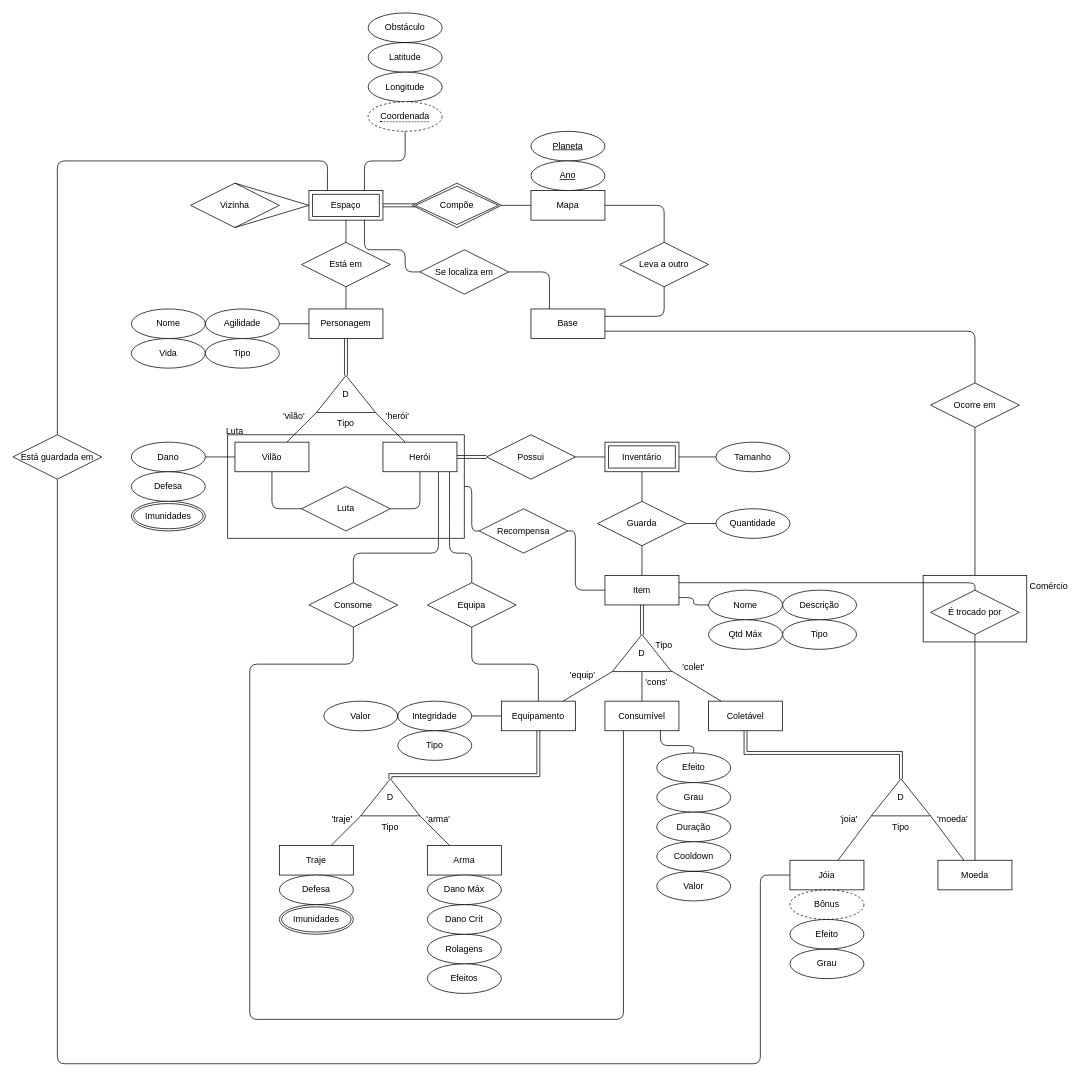
The draw.io diagram Módulo 1: MER/Modelo Entidade Relacionamento.drawio in SBD1/grupo11-Universo-Marvel, before the edit. Source tidied: cells renumbered, new cells numbered last; positions are measured from the earlier drawing's top-left corner, leaving out a move shared by most shapes. Both pictures are drawn from the tidied source at 74%, with x=0, y=0 at pixel (13, 13).
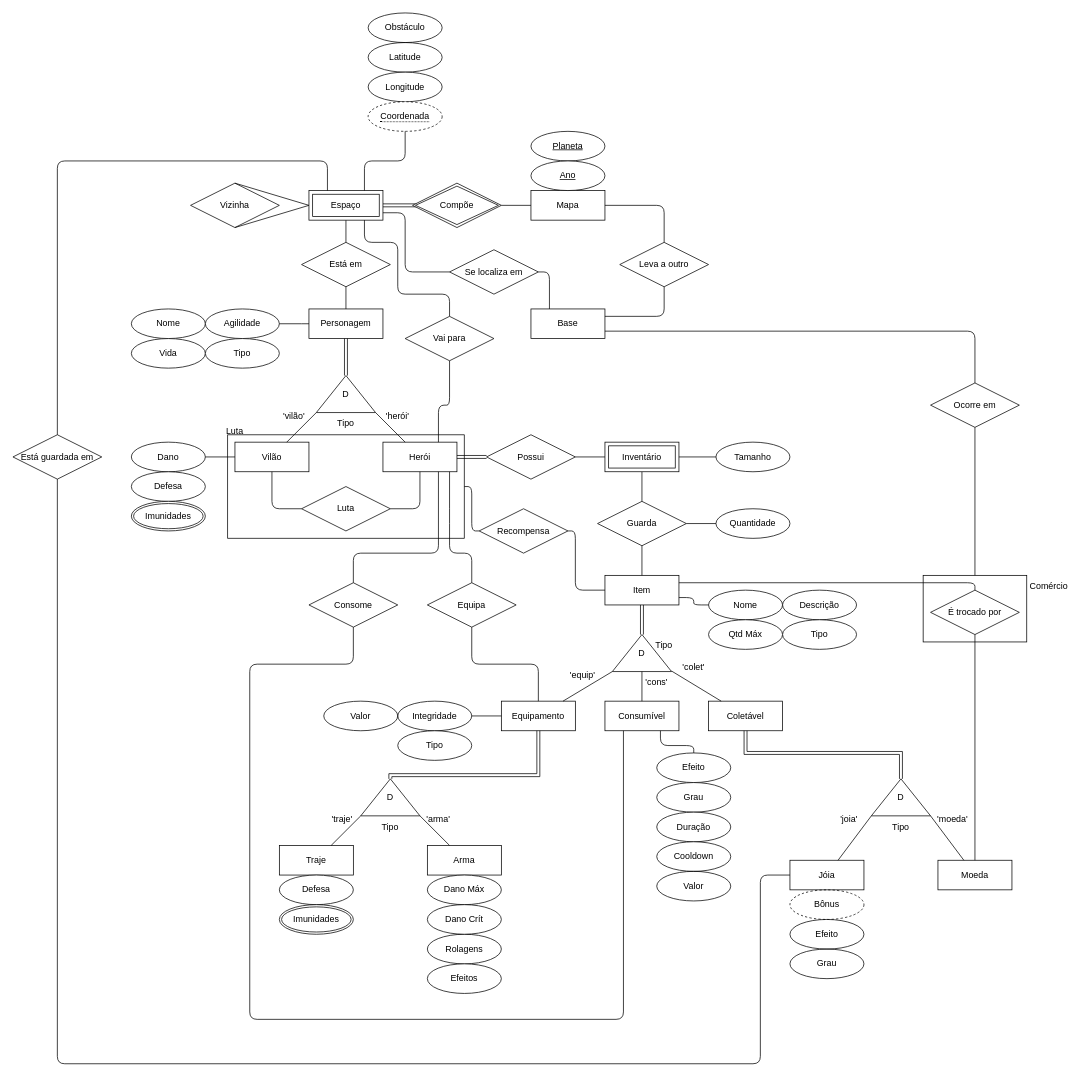
After the change.

Commit message:
Adding movement relationship

The change refers to these unchanged cells:
```xml
<mxCell id="23" value="Espaço" style="shape=ext;margin=3;double=1;whiteSpace=wrap;html=1;align=center;" parent="1" vertex="1">
  <mxGeometry x="400" y="240" width="100" height="40" as="geometry" />
</mxCell>
<mxCell id="27" value="Herói" style="whiteSpace=wrap;html=1;align=center;" parent="1" vertex="1">
  <mxGeometry x="500" y="580" width="100" height="40" as="geometry" />
</mxCell>
```

What changed in the source:
```diff
@@
     <mxCell id="122" value="Se localiza em" style="shape=rhombus;perimeter=rhombusPerimeter;whiteSpace=wrap;html=1;align=center;fillColor=none;" parent="1" vertex="1">
-      <mxGeometry x="550" y="320" width="120" height="60" as="geometry" />
+      <mxGeometry x="590" y="320" width="120" height="60" as="geometry" />
     </mxCell>
-    <mxCell id="123" style="endArrow=none;html=1;rounded=1;exitX=0.75;exitY=1;exitDx=0;exitDy=0;" parent="1" edge="1" source="23" target="122">
-      <mxGeometry relative="1" as="geometry">
-        <Array as="points">
-          <mxPoint x="475" y="320" />
-          <mxPoint x="490" y="320" />
-          <mxPoint x="530" y="320" />
-          <mxPoint x="530" y="350" />
-          <mxPoint x="550" y="350" />
-        </Array>
-      </mxGeometry>
-    </mxCell>
@@
+    <mxCell id="141" value="Vai para" style="shape=rhombus;perimeter=rhombusPerimeter;whiteSpace=wrap;html=1;align=center;" parent="1" vertex="1">
+      <mxGeometry x="530" y="410" width="120" height="60" as="geometry" />
+    </mxCell>
+    <mxCell id="142" style="endArrow=none;html=1;rounded=1;exitX=0.75;exitY=0;exitDx=0;exitDy=0;entryX=0.5;entryY=1;entryDx=0;entryDy=0;" parent="1" edge="1" source="27" target="141">
+      <mxGeometry relative="1" as="geometry">
+        <Array as="points">
+          <mxPoint x="575" y="530" />
+          <mxPoint x="590" y="530" />
+        </Array>
+      </mxGeometry>
+    </mxCell>
+    <mxCell id="143" style="endArrow=none;html=1;rounded=1;exitX=0.75;exitY=1;exitDx=0;exitDy=0;entryX=0.5;entryY=0;entryDx=0;entryDy=0;" parent="1" edge="1" source="23" target="141">
+      <mxGeometry relative="1" as="geometry">
+        <Array as="points">
+          <mxPoint x="475" y="310" />
+          <mxPoint x="520" y="310" />
+          <mxPoint x="520" y="380" />
+          <mxPoint x="590" y="380" />
+        </Array>
+      </mxGeometry>
+    </mxCell>
+    <mxCell id="123" style="endArrow=none;html=1;rounded=1;exitX=1;exitY=0.75;exitDx=0;exitDy=0;entryX=0;entryY=0.5;entryDx=0;entryDy=0;" parent="1" edge="1" source="23" target="122">
+      <mxGeometry relative="1" as="geometry">
+        <Array as="points">
+          <mxPoint x="530" y="270" />
+          <mxPoint x="530" y="350" />
+        </Array>
+      </mxGeometry>
+    </mxCell>
```
